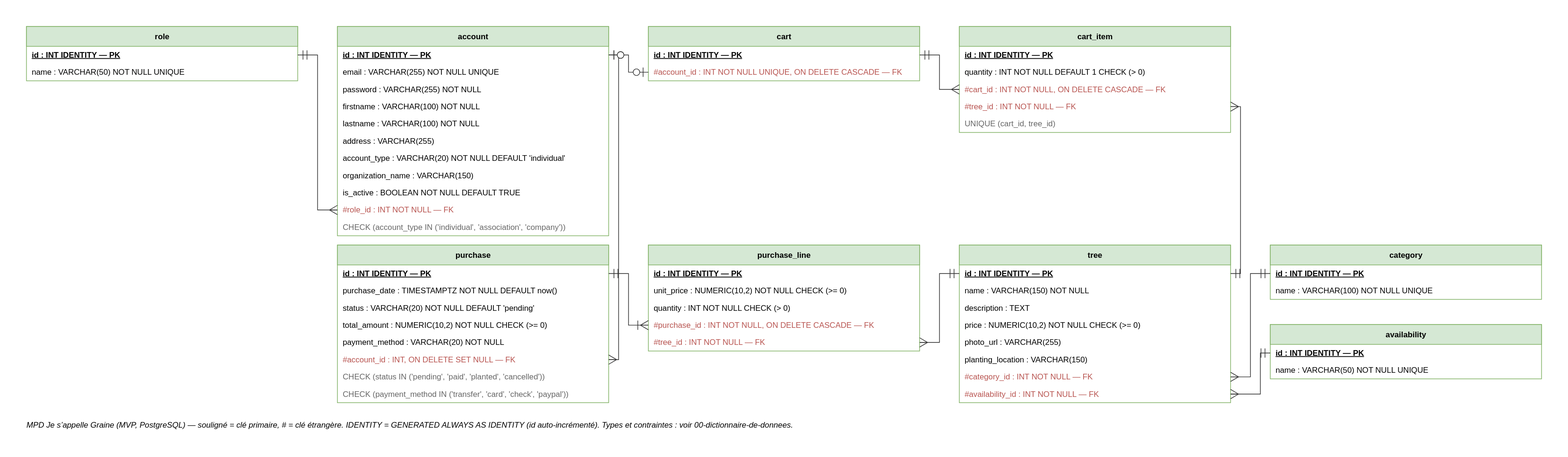
Before: docs/conception/modele-de-donnees/07b-mpd.drawio.svg, a diagram exported from draw.io (DimitryDereppe/je-s-appelle-graine). Source tidied: cells renumbered, new cells last; positions are measured from the earlier drawing's top-left corner, leaving out a move shared by most shapes.
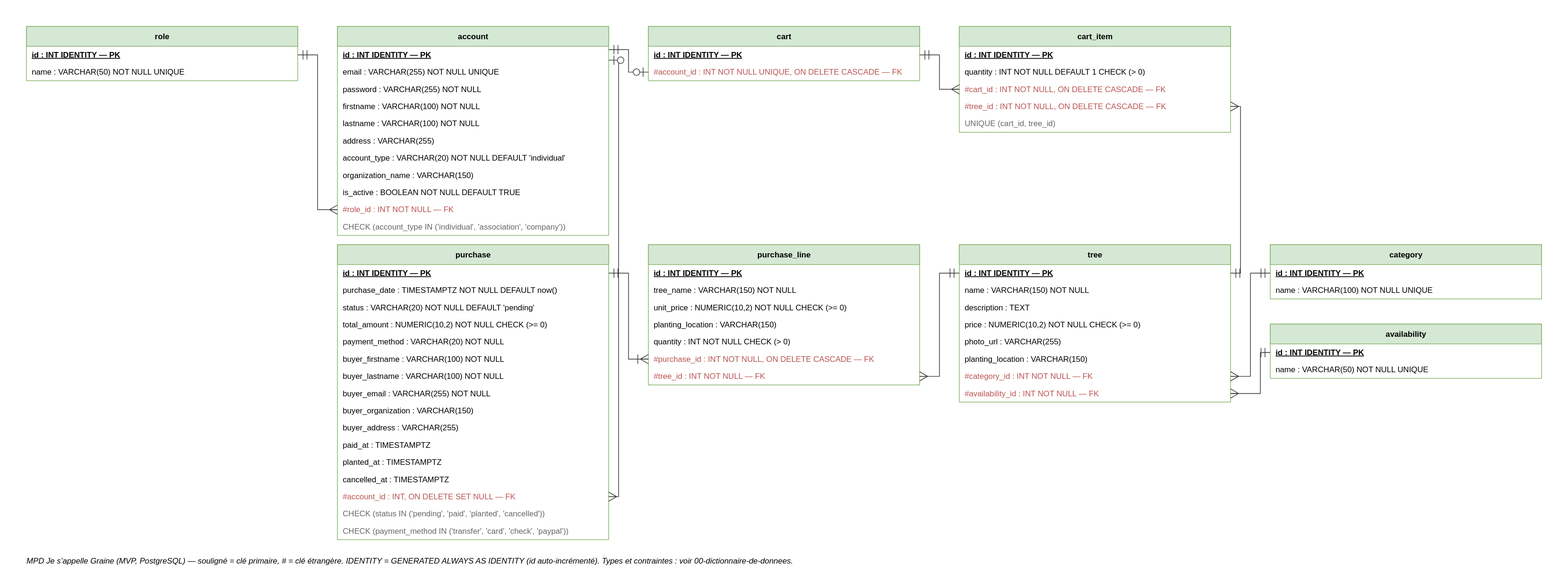
Later version of the same file.

What changed in the source:
```diff
@@ -68,14 +68,14 @@
     <mxCell id="23" value="#cart_id : INT NOT NULL, ON DELETE CASCADE — FK" style="text;html=1;align=left;verticalAlign=middle;spacingLeft=8;strokeColor=none;fillColor=none;fontColor=#b85450;" parent="20" vertex="1">
       <mxGeometry y="82" width="410" height="26" as="geometry" />
     </mxCell>
-    <mxCell id="24" value="#tree_id : INT NOT NULL — FK" style="text;html=1;align=left;verticalAlign=middle;spacingLeft=8;strokeColor=none;fillColor=none;fontColor=#b85450;" parent="20" vertex="1">
+    <mxCell id="24" value="#tree_id : INT NOT NULL, ON DELETE CASCADE — FK" style="text;html=1;align=left;verticalAlign=middle;spacingLeft=8;strokeColor=none;fillColor=none;fontColor=#b85450;" parent="20" vertex="1">
       <mxGeometry y="108" width="410" height="26" as="geometry" />
     </mxCell>
     <mxCell id="25" value="UNIQUE (cart_id, tree_id)" style="text;html=1;align=left;verticalAlign=middle;spacingLeft=8;strokeColor=none;fillColor=none;fontColor=#666666;fontStyle=2;" parent="20" vertex="1">
       <mxGeometry y="134" width="410" height="26" as="geometry" />
     </mxCell>
     <mxCell id="26" value="purchase" style="swimlane;fontStyle=1;align=center;startSize=30;html=1;whiteSpace=wrap;fillColor=#d5e8d4;strokeColor=#82b366;horizontal=1;" parent="1" vertex="1">
-      <mxGeometry x="470" y="330" width="410" height="238" as="geometry" />
+      <mxGeometry x="470" y="330" width="410" height="446" as="geometry" />
     </mxCell>
     <mxCell id="27" value="&lt;u&gt;&lt;b&gt;id&lt;/b&gt;&lt;/u&gt; : INT IDENTITY — PK" style="text;html=1;align=left;verticalAlign=middle;spacingLeft=8;strokeColor=none;fillColor=none;" parent="26" vertex="1">
       <mxGeometry y="30" width="410" height="26" as="geometry" />
@@ -92,32 +92,62 @@
     <mxCell id="31" value="payment_method : VARCHAR(20) NOT NULL" style="text;html=1;align=left;verticalAlign=middle;spacingLeft=8;strokeColor=none;fillColor=none;" parent="26" vertex="1">
       <mxGeometry y="134" width="410" height="26" as="geometry" />
     </mxCell>
+    <mxCell id="66" value="buyer_firstname : VARCHAR(100) NOT NULL" style="text;html=1;align=left;verticalAlign=middle;spacingLeft=8;strokeColor=none;fillColor=none;" parent="26" vertex="1">
+      <mxGeometry y="160" width="410" height="26" as="geometry" />
+    </mxCell>
+    <mxCell id="67" value="buyer_lastname : VARCHAR(100) NOT NULL" style="text;html=1;align=left;verticalAlign=middle;spacingLeft=8;strokeColor=none;fillColor=none;" parent="26" vertex="1">
+      <mxGeometry y="186" width="410" height="26" as="geometry" />
+    </mxCell>
+    <mxCell id="68" value="buyer_email : VARCHAR(255) NOT NULL" style="text;html=1;align=left;verticalAlign=middle;spacingLeft=8;strokeColor=none;fillColor=none;" parent="26" vertex="1">
+      <mxGeometry y="212" width="410" height="26" as="geometry" />
+    </mxCell>
+    <mxCell id="69" value="buyer_organization : VARCHAR(150)" style="text;html=1;align=left;verticalAlign=middle;spacingLeft=8;strokeColor=none;fillColor=none;" parent="26" vertex="1">
+      <mxGeometry y="238" width="410" height="26" as="geometry" />
+    </mxCell>
+    <mxCell id="70" value="buyer_address : VARCHAR(255)" style="text;html=1;align=left;verticalAlign=middle;spacingLeft=8;strokeColor=none;fillColor=none;" parent="26" vertex="1">
+      <mxGeometry y="264" width="410" height="26" as="geometry" />
+    </mxCell>
+    <mxCell id="71" value="paid_at : TIMESTAMPTZ" style="text;html=1;align=left;verticalAlign=middle;spacingLeft=8;strokeColor=none;fillColor=none;" parent="26" vertex="1">
+      <mxGeometry y="290" width="410" height="26" as="geometry" />
+    </mxCell>
+    <mxCell id="72" value="planted_at : TIMESTAMPTZ" style="text;html=1;align=left;verticalAlign=middle;spacingLeft=8;strokeColor=none;fillColor=none;" parent="26" vertex="1">
+      <mxGeometry y="316" width="410" height="26" as="geometry" />
+    </mxCell>
+    <mxCell id="73" value="cancelled_at : TIMESTAMPTZ" style="text;html=1;align=left;verticalAlign=middle;spacingLeft=8;strokeColor=none;fillColor=none;" parent="26" vertex="1">
+      <mxGeometry y="342" width="410" height="26" as="geometry" />
+    </mxCell>
     <mxCell id="32" value="#account_id : INT, ON DELETE SET NULL — FK" style="text;html=1;align=left;verticalAlign=middle;spacingLeft=8;strokeColor=none;fillColor=none;fontColor=#b85450;" parent="26" vertex="1">
-      <mxGeometry y="160" width="410" height="26" as="geometry" />
+      <mxGeometry y="368" width="410" height="26" as="geometry" />
     </mxCell>
     <mxCell id="33" value="CHECK (status IN ('pending', 'paid', 'planted', 'cancelled'))" style="text;html=1;align=left;verticalAlign=middle;spacingLeft=8;strokeColor=none;fillColor=none;fontColor=#666666;fontStyle=2;" parent="26" vertex="1">
-      <mxGeometry y="186" width="410" height="26" as="geometry" />
+      <mxGeometry y="394" width="410" height="26" as="geometry" />
     </mxCell>
     <mxCell id="34" value="CHECK (payment_method IN ('transfer', 'card', 'check', 'paypal'))" style="text;html=1;align=left;verticalAlign=middle;spacingLeft=8;strokeColor=none;fillColor=none;fontColor=#666666;fontStyle=2;" parent="26" vertex="1">
-      <mxGeometry y="212" width="410" height="26" as="geometry" />
+      <mxGeometry y="420" width="410" height="26" as="geometry" />
     </mxCell>
     <mxCell id="35" value="purchase_line" style="swimlane;fontStyle=1;align=center;startSize=30;html=1;whiteSpace=wrap;fillColor=#d5e8d4;strokeColor=#82b366;horizontal=1;" parent="1" vertex="1">
-      <mxGeometry x="940" y="330" width="410" height="160" as="geometry" />
+      <mxGeometry x="940" y="330" width="410" height="212" as="geometry" />
     </mxCell>
     <mxCell id="36" value="&lt;u&gt;&lt;b&gt;id&lt;/b&gt;&lt;/u&gt; : INT IDENTITY — PK" style="text;html=1;align=left;verticalAlign=middle;spacingLeft=8;strokeColor=none;fillColor=none;" parent="35" vertex="1">
       <mxGeometry y="30" width="410" height="26" as="geometry" />
     </mxCell>
+    <mxCell id="74" value="tree_name : VARCHAR(150) NOT NULL" style="text;html=1;align=left;verticalAlign=middle;spacingLeft=8;strokeColor=none;fillColor=none;" parent="35" vertex="1">
+      <mxGeometry y="56" width="410" height="26" as="geometry" />
+    </mxCell>
     <mxCell id="37" value="unit_price : NUMERIC(10,2) NOT NULL CHECK (&gt;= 0)" style="text;html=1;align=left;verticalAlign=middle;spacingLeft=8;strokeColor=none;fillColor=none;" parent="35" vertex="1">
-      <mxGeometry y="56" width="410" height="26" as="geometry" />
+      <mxGeometry y="82" width="410" height="26" as="geometry" />
     </mxCell>
+    <mxCell id="75" value="planting_location : VARCHAR(150)" style="text;html=1;align=left;verticalAlign=middle;spacingLeft=8;strokeColor=none;fillColor=none;" parent="35" vertex="1">
+      <mxGeometry y="108" width="410" height="26" as="geometry" />
+    </mxCell>
     <mxCell id="38" value="quantity : INT NOT NULL CHECK (&gt; 0)" style="text;html=1;align=left;verticalAlign=middle;spacingLeft=8;strokeColor=none;fillColor=none;" parent="35" vertex="1">
-      <mxGeometry y="82" width="410" height="26" as="geometry" />
+      <mxGeometry y="134" width="410" height="26" as="geometry" />
     </mxCell>
     <mxCell id="39" value="#purchase_id : INT NOT NULL, ON DELETE CASCADE — FK" style="text;html=1;align=left;verticalAlign=middle;spacingLeft=8;strokeColor=none;fillColor=none;fontColor=#b85450;" parent="35" vertex="1">
-      <mxGeometry y="108" width="410" height="26" as="geometry" />
+      <mxGeometry y="160" width="410" height="26" as="geometry" />
     </mxCell>
     <mxCell id="40" value="#tree_id : INT NOT NULL — FK" style="text;html=1;align=left;verticalAlign=middle;spacingLeft=8;strokeColor=none;fillColor=none;fontColor=#b85450;" parent="35" vertex="1">
-      <mxGeometry y="134" width="410" height="26" as="geometry" />
+      <mxGeometry y="186" width="410" height="26" as="geometry" />
     </mxCell>
     <mxCell id="41" value="tree" style="swimlane;fontStyle=1;align=center;startSize=30;html=1;whiteSpace=wrap;fillColor=#d5e8d4;strokeColor=#82b366;horizontal=1;" parent="1" vertex="1">
       <mxGeometry x="1410" y="330" width="410" height="238" as="geometry" />
@@ -167,7 +197,7 @@
     <mxCell id="56" style="edgeStyle=entityRelationEdgeStyle;html=1;startArrow=ERmany;endArrow=ERmandOne;startFill=0;endFill=0;" parent="1" edge="1" source="15" target="3">
       <mxGeometry relative="1" as="geometry" />
     </mxCell>
-    <mxCell id="57" style="edgeStyle=entityRelationEdgeStyle;html=1;startArrow=ERzeroToOne;endArrow=ERzeroToOne;startFill=0;endFill=0;" parent="1" edge="1" source="19" target="6">
+    <mxCell id="57" style="edgeStyle=entityRelationEdgeStyle;html=1;startArrow=ERzeroToOne;endArrow=ERmandOne;entryX=1;entryY=0.2;entryDx=0;entryDy=0;startFill=0;endFill=0;" parent="1" edge="1" source="19" target="6">
       <mxGeometry relative="1" as="geometry" />
     </mxCell>
     <mxCell id="58" style="edgeStyle=entityRelationEdgeStyle;html=1;startArrow=ERmany;endArrow=ERmandOne;startFill=0;endFill=0;" parent="1" edge="1" source="23" target="18">
@@ -176,7 +206,7 @@
     <mxCell id="59" style="edgeStyle=entityRelationEdgeStyle;html=1;startArrow=ERmany;endArrow=ERmandOne;startFill=0;endFill=0;" parent="1" edge="1" source="24" target="42">
       <mxGeometry relative="1" as="geometry" />
     </mxCell>
-    <mxCell id="60" style="edgeStyle=entityRelationEdgeStyle;html=1;startArrow=ERmany;endArrow=ERzeroToOne;startFill=0;endFill=0;" parent="1" edge="1" source="32" target="6">
+    <mxCell id="60" style="edgeStyle=entityRelationEdgeStyle;html=1;startArrow=ERmany;endArrow=ERzeroToOne;entryX=1;entryY=0.8;entryDx=0;entryDy=0;startFill=0;endFill=0;" parent="1" edge="1" source="32" target="6">
       <mxGeometry relative="1" as="geometry" />
     </mxCell>
     <mxCell id="61" style="edgeStyle=entityRelationEdgeStyle;html=1;startArrow=ERoneToMany;endArrow=ERmandOne;startFill=0;endFill=0;" parent="1" edge="1" source="39" target="27">
@@ -192,7 +222,7 @@
       <mxGeometry relative="1" as="geometry" />
     </mxCell>
     <mxCell id="65" value="MPD Je s’appelle Graine (MVP, PostgreSQL) — souligné = clé primaire, # = clé étrangère. IDENTITY = GENERATED ALWAYS AS IDENTITY (id auto-incrémenté). Types et contraintes : voir 00-dictionnaire-de-donnees." style="text;html=1;whiteSpace=wrap;align=left;fontStyle=2;" parent="1" vertex="1">
-      <mxGeometry y="590" width="900" height="40" as="geometry" />
+      <mxGeometry y="796" width="900" height="40" as="geometry" />
     </mxCell>
   </root>
 </mxGraphModel>
```
